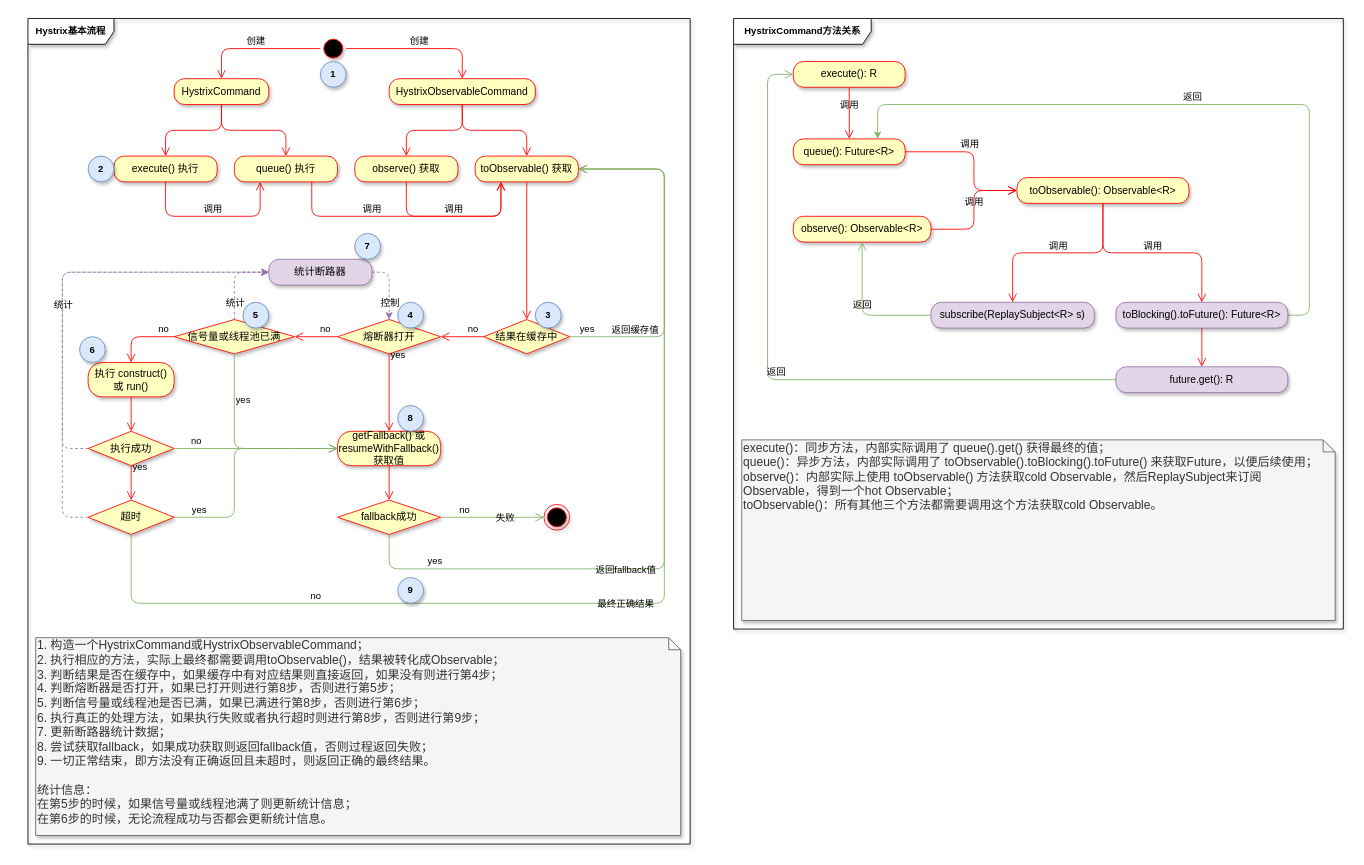
Earlier version of the draw.io diagram tyz-流程图.drawio (Woobhurk/tyz-pic-repo). Source tidied: cells renumbered, new cells numbered last; positions are measured from the earlier drawing's top-left corner, leaving out a move shared by most shapes. Both pictures are drawn from the tidied source at 86%, with x=0, y=0 at pixel (28, 18).
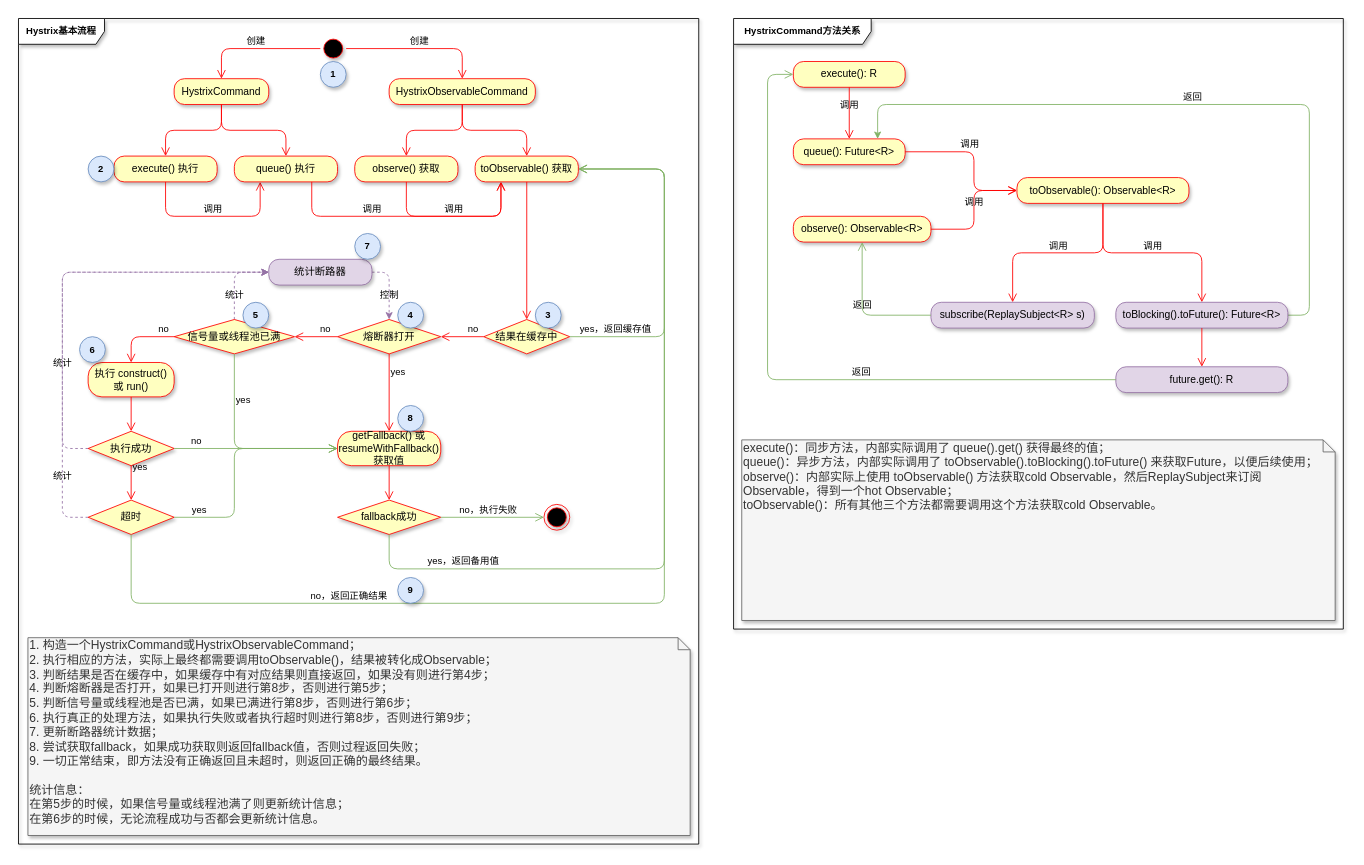
Above is the later version.

Unchanged cells that the change refers to:
```xml
<mxCell id="18" value="toObservable() 获取" style="rounded=1;whiteSpace=wrap;html=1;arcSize=40;fontColor=#000000;fillColor=#ffffc0;strokeColor=#ff0000;shadow=1;verticalAlign=middle;labelBorderColor=none;labelBackgroundColor=none;" parent="1" vertex="1">
  <mxGeometry x="520" y="160" width="120" height="30" as="geometry" />
</mxCell>
<mxCell id="20" value="结果在缓存中" style="rhombus;whiteSpace=wrap;html=1;fillColor=#ffffc0;strokeColor=#ff0000;shadow=1;verticalAlign=middle;labelBorderColor=none;labelBackgroundColor=none;" parent="1" vertex="1">
  <mxGeometry x="530" y="350" width="100" height="40" as="geometry" />
</mxCell>
<mxCell id="24" value="熔断器打开" style="rhombus;whiteSpace=wrap;html=1;fillColor=#ffffc0;strokeColor=#ff0000;shadow=1;verticalAlign=middle;labelBorderColor=none;labelBackgroundColor=none;" parent="1" vertex="1">
  <mxGeometry x="360" y="350" width="120" height="40" as="geometry" />
</mxCell>
<mxCell id="27" value="getFallback() 或 resumeWithFallback() 获取值" style="rounded=1;whiteSpace=wrap;html=1;arcSize=40;fontColor=#000000;fillColor=#ffffc0;strokeColor=#ff0000;shadow=1;verticalAlign=middle;labelBorderColor=none;labelBackgroundColor=none;" parent="1" vertex="1">
  <mxGeometry x="360" y="480" width="120" height="40" as="geometry" />
</mxCell>
<mxCell id="29" value="fallback成功" style="rhombus;whiteSpace=wrap;html=1;fillColor=#ffffc0;strokeColor=#ff0000;shadow=1;verticalAlign=middle;labelBorderColor=none;labelBackgroundColor=none;" parent="1" vertex="1">
  <mxGeometry x="360" y="560" width="120" height="40" as="geometry" />
</mxCell>
<mxCell id="36" value="信号量或线程池已满" style="rhombus;whiteSpace=wrap;html=1;fillColor=#ffffc0;strokeColor=#ff0000;shadow=1;verticalAlign=middle;labelBorderColor=none;labelBackgroundColor=none;" parent="1" vertex="1">
  <mxGeometry x="170" y="350" width="140" height="40" as="geometry" />
</mxCell>
<mxCell id="42" value="执行成功" style="rhombus;whiteSpace=wrap;html=1;fillColor=#ffffc0;strokeColor=#ff0000;shadow=1;verticalAlign=middle;labelBorderColor=none;labelBackgroundColor=none;" parent="1" vertex="1">
  <mxGeometry x="70" y="480" width="100" height="40" as="geometry" />
</mxCell>
<mxCell id="47" value="超时" style="rhombus;whiteSpace=wrap;html=1;fillColor=#ffffc0;strokeColor=#ff0000;shadow=1;verticalAlign=middle;labelBorderColor=none;labelBackgroundColor=none;" parent="1" vertex="1">
  <mxGeometry x="70" y="560" width="100" height="40" as="geometry" />
</mxCell>
<mxCell id="51" style="ellipse;html=1;shape=endState;fillColor=#000000;strokeColor=#ff0000;shadow=1;verticalAlign=middle;labelBorderColor=none;labelBackgroundColor=none;" parent="1" vertex="1">
  <mxGeometry x="600" y="565" width="30" height="30" as="geometry" />
</mxCell>
<mxCell id="54" value="统计断路器" style="rounded=1;whiteSpace=wrap;html=1;arcSize=40;fillColor=#e1d5e7;strokeColor=#9673a6;shadow=1;verticalAlign=middle;glass=0;labelBorderColor=none;labelBackgroundColor=none;" parent="1" vertex="1">
  <mxGeometry x="280" y="280" width="120" height="30" as="geometry" />
</mxCell>
<mxCell id="66" value="execute(): R" style="rounded=1;whiteSpace=wrap;html=1;arcSize=40;fontColor=#000000;fillColor=#ffffc0;strokeColor=#ff0000;shadow=1;glass=0;labelBackgroundColor=none;" parent="1" vertex="1">
  <mxGeometry x="890" y="50" width="130" height="30" as="geometry" />
</mxCell>
<mxCell id="69" value="future.get(): R" style="rounded=1;whiteSpace=wrap;html=1;arcSize=40;fillColor=#e1d5e7;strokeColor=#9673a6;shadow=1;glass=0;labelBackgroundColor=none;" parent="1" vertex="1">
  <mxGeometry x="1265" y="405" width="200" height="30" as="geometry" />
</mxCell>
```

The edit, as a diff of the source:
```diff
@@
     <mxCell id="3" value="Hystrix基本流程" style="shape=umlFrame;whiteSpace=wrap;html=1;rounded=1;shadow=1;glass=0;labelBackgroundColor=none;strokeColor=#000000;fillColor=#ffffff;fontSize=11;fontStyle=1;width=100;height=30;" parent="1" vertex="1">
-      <mxGeometry width="770" height="960" as="geometry" />
+      <mxGeometry x="-11" width="791" height="960" as="geometry" />
     </mxCell>
@@
-    <mxCell id="22" value="yes" style="edgeStyle=orthogonalEdgeStyle;html=1;align=left;verticalAlign=bottom;endArrow=open;endSize=8;strokeColor=#82b366;shadow=0;exitX=1;exitY=0.5;exitDx=0;exitDy=0;entryX=1;entryY=0.5;entryDx=0;entryDy=0;rounded=1;fillColor=#d5e8d4;labelBorderColor=none;labelBackgroundColor=none;" parent="1" edge="1" source="20" target="18">
+    <mxCell id="22" value="yes，返回缓存值" style="edgeStyle=orthogonalEdgeStyle;html=1;align=left;verticalAlign=bottom;endArrow=open;endSize=8;strokeColor=#82b366;shadow=0;exitX=1;exitY=0.5;exitDx=0;exitDy=0;entryX=1;entryY=0.5;entryDx=0;entryDy=0;rounded=1;fillColor=#d5e8d4;labelBorderColor=none;labelBackgroundColor=none;" parent="1" edge="1" source="20" target="18">
       <mxGeometry x="-0.95" relative="1" as="geometry">
         <Array as="points">
           <mxPoint x="740" y="370" />
           <mxPoint x="740" y="175" />
         </Array>
       </mxGeometry>
     </mxCell>
-    <mxCell id="23" value="返回缓存值" style="edgeLabel;html=1;align=center;verticalAlign=middle;labelBorderColor=none;labelBackgroundColor=none;fontSize=11;" parent="22" vertex="1">
-      <mxGeometry x="-0.42" y="-2" relative="1" as="geometry">
-        <mxPoint x="-37" y="-2" as="offset" />
-      </mxGeometry>
-    </mxCell>
@@
     <mxCell id="26" value="yes" style="edgeStyle=orthogonalEdgeStyle;html=1;align=left;verticalAlign=bottom;endArrow=open;endSize=8;strokeColor=#ff0000;shadow=0;exitX=0.5;exitY=1;exitDx=0;exitDy=0;entryX=0.5;entryY=0;entryDx=0;entryDy=0;rounded=1;labelBorderColor=none;labelBackgroundColor=none;" parent="1" edge="1" source="24" target="27">
-      <mxGeometry x="-0.78" relative="1" as="geometry" />
+      <mxGeometry x="-0.33" relative="1" as="geometry" />
     </mxCell>
@@
-    <mxCell id="30" value="no" style="edgeStyle=orthogonalEdgeStyle;html=1;align=left;verticalAlign=bottom;endArrow=open;endSize=8;strokeColor=#82b366;shadow=0;entryX=0;entryY=0.5;entryDx=0;entryDy=0;rounded=1;labelBorderColor=none;labelBackgroundColor=none;fillColor=#d5e8d4;" parent="1" edge="1" source="29" target="51">
+    <mxCell id="30" value="no，执行失败" style="edgeStyle=orthogonalEdgeStyle;html=1;align=left;verticalAlign=bottom;endArrow=open;endSize=8;strokeColor=#82b366;shadow=0;entryX=0;entryY=0.5;entryDx=0;entryDy=0;rounded=1;labelBorderColor=none;labelBackgroundColor=none;fillColor=#d5e8d4;" parent="1" edge="1" source="29" target="51">
       <mxGeometry x="-0.67" relative="1" as="geometry" />
     </mxCell>
-    <mxCell id="31" value="失败" style="edgeLabel;html=1;align=center;verticalAlign=middle;labelBorderColor=none;labelBackgroundColor=none;" parent="30" vertex="1">
-      <mxGeometry x="0.23" relative="1" as="geometry" />
-    </mxCell>
-    <mxCell id="32" value="yes" style="edgeStyle=orthogonalEdgeStyle;html=1;align=left;verticalAlign=bottom;endArrow=open;endSize=8;strokeColor=#82b366;shadow=0;entryX=1;entryY=0.5;entryDx=0;entryDy=0;exitX=0.5;exitY=1;exitDx=0;exitDy=0;rounded=1;fillColor=#d5e8d4;labelBorderColor=none;labelBackgroundColor=none;" parent="1" edge="1" source="29" target="18">
+    <mxCell id="32" value="yes，返回备用值" style="edgeStyle=orthogonalEdgeStyle;html=1;align=left;verticalAlign=bottom;endArrow=open;endSize=8;strokeColor=#82b366;shadow=0;entryX=1;entryY=0.5;entryDx=0;entryDy=0;exitX=0.5;exitY=1;exitDx=0;exitDy=0;rounded=1;fillColor=#d5e8d4;labelBorderColor=none;labelBackgroundColor=none;" parent="1" edge="1" source="29" target="18">
       <mxGeometry x="-0.82" relative="1" as="geometry">
         <Array as="points">
           <mxPoint x="420" y="640" />
           <mxPoint x="740" y="640" />
           <mxPoint x="740" y="175" />
         </Array>
       </mxGeometry>
     </mxCell>
-    <mxCell id="33" value="返回fallback值" style="edgeLabel;html=1;align=center;verticalAlign=middle;labelBorderColor=none;labelBackgroundColor=none;" parent="32" vertex="1">
-      <mxGeometry x="-0.35" y="3" relative="1" as="geometry">
-        <mxPoint x="13" y="3" as="offset" />
-      </mxGeometry>
-    </mxCell>
-    <mxCell id="34" style="edgeStyle=orthogonalEdgeStyle;jettySize=auto;html=1;exitX=0.5;exitY=0;exitDx=0;exitDy=0;entryX=0;entryY=0.5;entryDx=0;entryDy=0;shadow=0;dashed=1;verticalAlign=bottom;strokeColor=#9673a6;fillColor=#e1d5e7;rounded=1;labelBorderColor=none;labelBackgroundColor=none;" parent="1" edge="1" source="36" target="54">
-      <mxGeometry relative="1" as="geometry" />
+    <mxCell id="34" value="统计" style="edgeStyle=orthogonalEdgeStyle;jettySize=auto;html=1;exitX=0.5;exitY=0;exitDx=0;exitDy=0;entryX=0;entryY=0.5;entryDx=0;entryDy=0;shadow=0;dashed=1;verticalAlign=bottom;strokeColor=#9673a6;fillColor=#e1d5e7;rounded=1;labelBorderColor=none;labelBackgroundColor=none;" parent="1" edge="1" source="36" target="54">
+      <mxGeometry x="-0.58" relative="1" as="geometry" />
     </mxCell>
-    <mxCell id="35" value="统计" style="edgeLabel;html=1;align=center;verticalAlign=middle;labelBorderColor=none;labelBackgroundColor=none;" parent="34" vertex="1">
-      <mxGeometry x="-0.08" y="1" relative="1" as="geometry">
-        <mxPoint x="1" y="24" as="offset" />
-      </mxGeometry>
-    </mxCell>
@@
-    <mxCell id="41" style="edgeStyle=orthogonalEdgeStyle;jettySize=auto;html=1;exitX=0;exitY=0.5;exitDx=0;exitDy=0;entryX=0;entryY=0.5;entryDx=0;entryDy=0;shadow=0;dashed=1;strokeColor=#9673a6;fillColor=#e1d5e7;rounded=1;labelBorderColor=none;labelBackgroundColor=none;verticalAlign=bottom;" parent="1" edge="1" source="42" target="54">
-      <mxGeometry relative="1" as="geometry">
+    <mxCell id="41" value="统计" style="edgeStyle=orthogonalEdgeStyle;jettySize=auto;html=1;exitX=0;exitY=0.5;exitDx=0;exitDy=0;entryX=0;entryY=0.5;entryDx=0;entryDy=0;shadow=0;dashed=1;strokeColor=#9673a6;fillColor=#e1d5e7;rounded=1;labelBorderColor=none;labelBackgroundColor=none;verticalAlign=bottom;" parent="1" edge="1" source="42" target="54">
+      <mxGeometry x="-0.49" relative="1" as="geometry">
         <Array as="points">
           <mxPoint x="40" y="500" />
           <mxPoint x="40" y="295" />
         </Array>
       </mxGeometry>
     </mxCell>
@@
-    <mxCell id="45" style="edgeStyle=orthogonalEdgeStyle;jettySize=auto;html=1;exitX=0;exitY=0.5;exitDx=0;exitDy=0;entryX=0;entryY=0.5;entryDx=0;entryDy=0;shadow=0;dashed=1;strokeColor=#9673a6;fillColor=#e1d5e7;rounded=1;labelBorderColor=none;labelBackgroundColor=none;verticalAlign=bottom;" parent="1" edge="1" source="47" target="54">
-      <mxGeometry relative="1" as="geometry">
+    <mxCell id="45" value="统计" style="edgeStyle=orthogonalEdgeStyle;jettySize=auto;html=1;exitX=0;exitY=0.5;exitDx=0;exitDy=0;entryX=0;entryY=0.5;entryDx=0;entryDy=0;shadow=0;dashed=1;strokeColor=#9673a6;fillColor=#e1d5e7;rounded=1;labelBorderColor=none;labelBackgroundColor=none;verticalAlign=bottom;" parent="1" edge="1" source="47" target="54">
+      <mxGeometry x="-0.75" relative="1" as="geometry">
         <Array as="points">
           <mxPoint x="40" y="580" />
           <mxPoint x="40" y="295" />
         </Array>
       </mxGeometry>
     </mxCell>
-    <mxCell id="46" value="统计" style="edgeLabel;html=1;align=center;verticalAlign=middle;labelBorderColor=none;labelBackgroundColor=none;" parent="45" vertex="1">
-      <mxGeometry x="-0.17" y="-4" relative="1" as="geometry">
-        <mxPoint x="-4" y="-48" as="offset" />
-      </mxGeometry>
-    </mxCell>
@@
-    <mxCell id="48" value="no" style="edgeStyle=orthogonalEdgeStyle;html=1;align=left;verticalAlign=bottom;endArrow=open;endSize=8;strokeColor=#82b366;shadow=0;exitX=0.5;exitY=1;exitDx=0;exitDy=0;entryX=1;entryY=0.5;entryDx=0;entryDy=0;rounded=1;fillColor=#d5e8d4;labelBorderColor=none;labelBackgroundColor=none;" parent="1" edge="1" source="47" target="18">
+    <mxCell id="48" value="no，返回正确结果" style="edgeStyle=orthogonalEdgeStyle;html=1;align=left;verticalAlign=bottom;endArrow=open;endSize=8;strokeColor=#82b366;shadow=0;exitX=0.5;exitY=1;exitDx=0;exitDy=0;entryX=1;entryY=0.5;entryDx=0;entryDy=0;rounded=1;fillColor=#d5e8d4;labelBorderColor=none;labelBackgroundColor=none;" parent="1" edge="1" source="47" target="18">
       <mxGeometry x="-0.56" relative="1" as="geometry">
         <Array as="points">
           <mxPoint x="120" y="680" />
           <mxPoint x="740" y="680" />
           <mxPoint x="740" y="175" />
         </Array>
       </mxGeometry>
     </mxCell>
-    <mxCell id="49" value="最终正确结果" style="edgeLabel;html=1;align=center;verticalAlign=middle;labelBorderColor=none;labelBackgroundColor=none;" parent="48" vertex="1">
-      <mxGeometry x="-0.34" y="-2" relative="1" as="geometry">
-        <mxPoint x="223" y="-2" as="offset" />
-      </mxGeometry>
-    </mxCell>
@@
-    <mxCell id="52" style="edgeStyle=orthogonalEdgeStyle;jettySize=auto;html=1;exitX=1;exitY=0.5;exitDx=0;exitDy=0;entryX=0.5;entryY=0;entryDx=0;entryDy=0;shadow=0;dashed=1;verticalAlign=bottom;strokeColor=#9673a6;fillColor=#e1d5e7;rounded=1;labelBorderColor=none;labelBackgroundColor=none;" parent="1" edge="1" source="54" target="24">
-      <mxGeometry relative="1" as="geometry" />
+    <mxCell id="52" value="控制" style="edgeStyle=orthogonalEdgeStyle;jettySize=auto;html=1;exitX=1;exitY=0.5;exitDx=0;exitDy=0;entryX=0.5;entryY=0;entryDx=0;entryDy=0;shadow=0;dashed=1;verticalAlign=bottom;strokeColor=#9673a6;fillColor=#e1d5e7;rounded=1;labelBorderColor=none;labelBackgroundColor=none;" parent="1" edge="1" source="54" target="24">
+      <mxGeometry x="0.47" relative="1" as="geometry" />
     </mxCell>
-    <mxCell id="53" value="控制" style="edgeLabel;html=1;align=center;verticalAlign=middle;labelBorderColor=none;labelBackgroundColor=none;" parent="52" vertex="1">
-      <mxGeometry x="-0.04" y="2" relative="1" as="geometry">
-        <mxPoint x="-2" y="19" as="offset" />
-      </mxGeometry>
-    </mxCell>
@@
     <mxCell id="65" value="&lt;font style=&quot;font-size: 14px&quot;&gt;1. 构造一个HystrixCommand或HystrixObservableCommand；&lt;br&gt;2. 执行相应的方法，实际上最终都需要调用toObservable()，结果被转化成Observable；&lt;br&gt;3. 判断结果是否在缓存中，如果缓存中有对应结果则直接返回，如果没有则进行第4步；&lt;br&gt;4. 判断熔断器是否打开，如果已打开则进行第8步，否则进行第5步；&lt;br&gt;5. 判断信号量或线程池是否已满，如果已满进行第8步，否则进行第6步；&lt;br&gt;6. 执行真正的处理方法，如果执行失败或者执行超时则进行第8步，否则进行第9步；&lt;br&gt;7. 更新断路器统计数据；&lt;br&gt;8. 尝试获取fallback，如果成功获取则返回fallback值，否则过程返回失败；&lt;br&gt;9. 一切正常结束，即方法没有正确返回且未超时，则返回正确的最终结果。&lt;br&gt;&lt;br&gt;统计信息：&lt;br&gt;在第5步的时候，如果信号量或线程池满了则更新统计信息；&lt;br&gt;在第6步的时候，无论流程成功与否都会更新统计信息。&lt;br&gt;&lt;br&gt;&lt;/font&gt;" style="shape=note;whiteSpace=wrap;html=1;size=14;verticalAlign=top;align=left;spacingTop=-6;rounded=1;shadow=1;glass=0;labelBackgroundColor=none;strokeColor=#666666;fillColor=#f5f5f5;fontSize=11;fontColor=#333333;" parent="1" vertex="1">
-      <mxGeometry x="9" y="720" width="750" height="230" as="geometry" />
+      <mxGeometry y="720" width="770" height="230" as="geometry" />
     </mxCell>
@@
     <mxCell id="70" value="返回" style="edgeStyle=orthogonalEdgeStyle;html=1;verticalAlign=bottom;endArrow=open;endSize=8;strokeColor=#82b366;shadow=0;labelBackgroundColor=none;fontSize=11;entryX=0;entryY=0.5;entryDx=0;entryDy=0;exitX=0;exitY=0.5;exitDx=0;exitDy=0;fillColor=#d5e8d4;" parent="1" edge="1" source="69" target="66">
-      <mxGeometry relative="1" as="geometry">
+      <mxGeometry x="-0.25" relative="1" as="geometry">
         <Array as="points">
           <mxPoint x="860" y="420" />
           <mxPoint x="860" y="65" />
         </Array>
       </mxGeometry>
     </mxCell>
```
